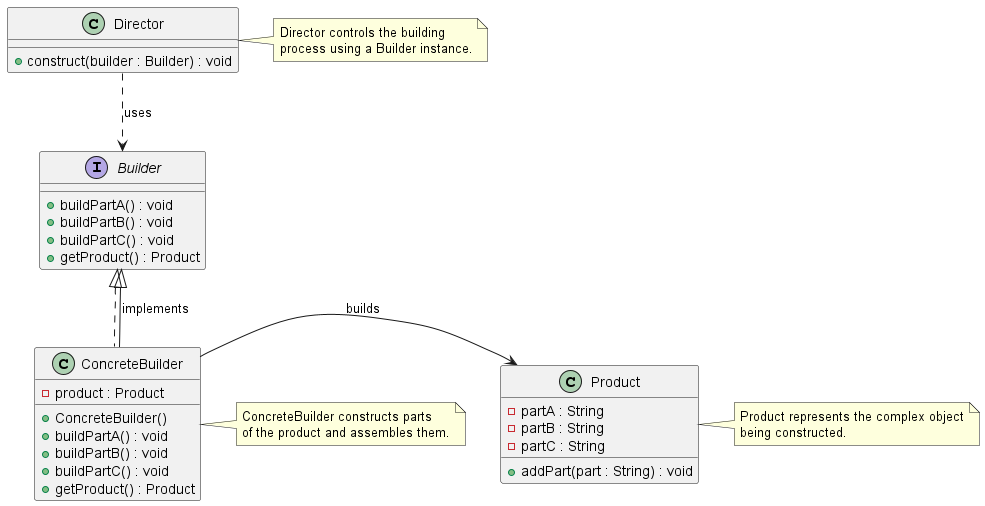
Gabriel-SoftwareAG/DesignPatterns keeps this PlantUML diagram as Patterns/Manuscript/manuscript/images/ch02_Builder/BuilderPatternClassDiagram.png. Above is the earlier version.
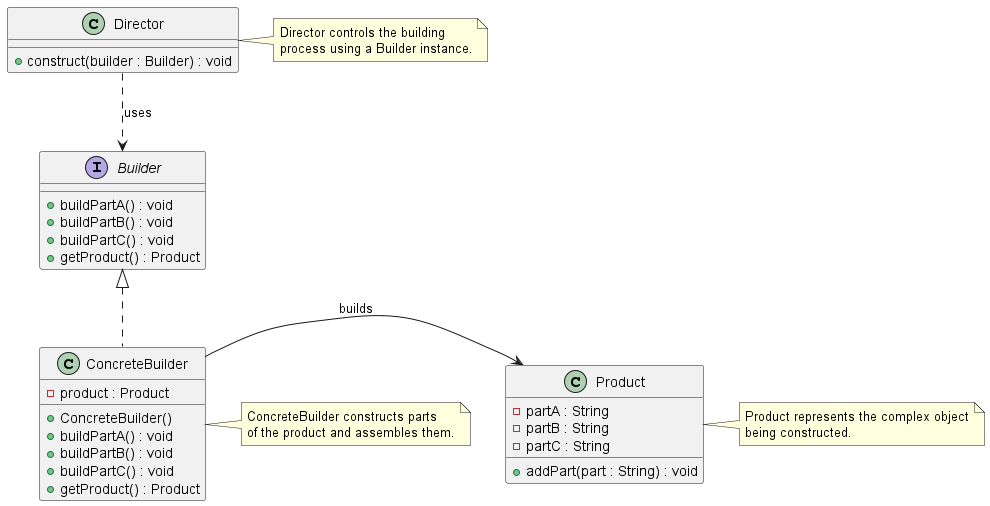
The same diagram one commit later.

The edit, as a diff of the source:
```diff
@@ -28,7 +28,6 @@
 }
 
 Director .down.> Builder : uses
-Builder <|-down- ConcreteBuilder : implements
 ConcreteBuilder -right-> Product : builds
 
 note right of Director
```
